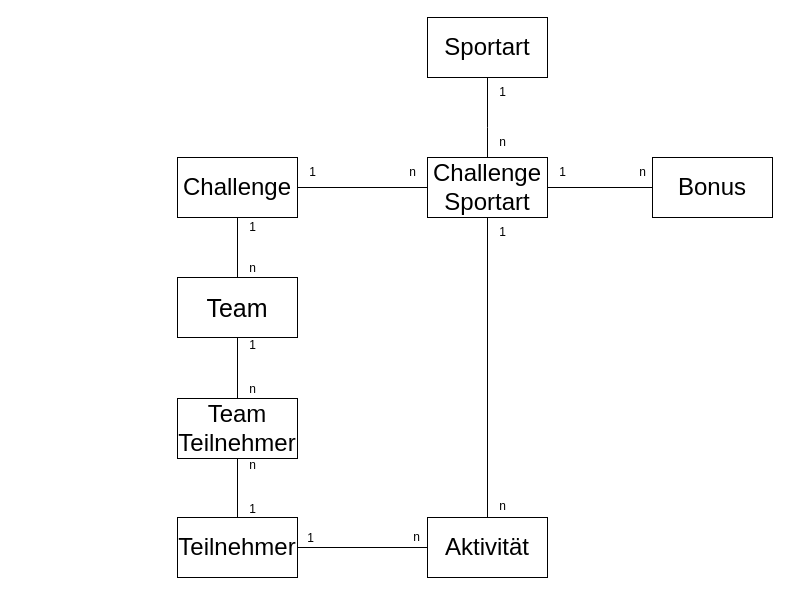
The draw.io diagram Dokumente/Diagramme/ER.drawio in JasonDuffy/Sport-Challenge-Project, before the edit. Source tidied: cells renumbered, new cells numbered last; positions are measured from the earlier drawing's top-left corner, leaving out a move shared by most shapes. Both pictures are drawn from the tidied source at 100%, with x=0, y=0 at pixel (177, 17).
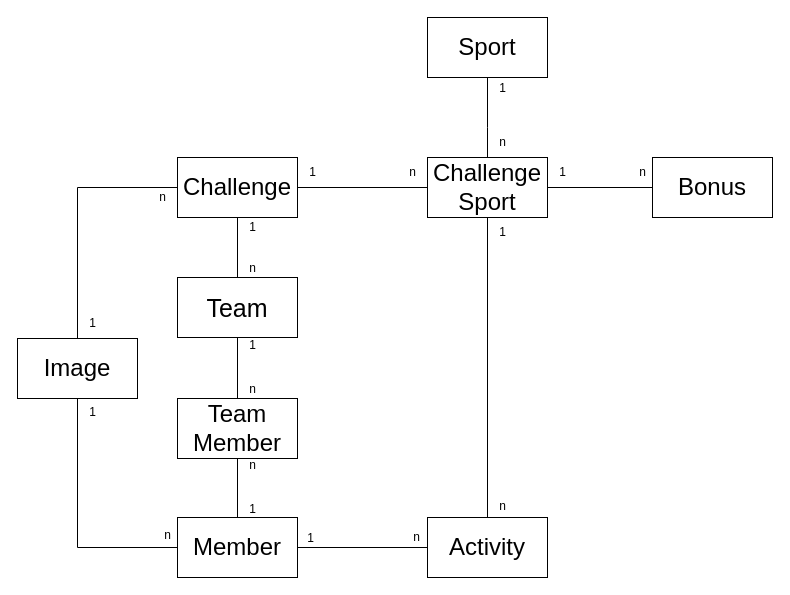
The same page after the edit.

Unchanged cells that the change refers to:
```xml
<mxCell id="21" value="&lt;font style=&quot;font-size: 24px;&quot;&gt;Challenge&lt;/font&gt;" style="whiteSpace=wrap;html=1;" parent="1" vertex="1">
  <mxGeometry y="140" width="120" height="60" as="geometry" />
</mxCell>
```

Change to the diagram source:
```diff
@@
-    <mxCell id="2" value="&lt;font style=&quot;font-size: 24px;&quot;&gt;Sportart&lt;/font&gt;" style="whiteSpace=wrap;html=1;" parent="1" vertex="1">
+    <mxCell id="2" value="&lt;font style=&quot;font-size: 24px;&quot;&gt;Sport&lt;/font&gt;" style="whiteSpace=wrap;html=1;" parent="1" vertex="1">
       <mxGeometry x="250" width="120" height="60" as="geometry" />
     </mxCell>
@@
     <mxCell id="10" value="1" style="text;html=1;align=center;verticalAlign=middle;strokeColor=none;fillColor=none;" parent="1" vertex="1">
-      <mxGeometry x="310" y="60" width="30" height="30" as="geometry" />
+      <mxGeometry x="310" y="56" width="30" height="30" as="geometry" />
     </mxCell>
@@
-    <mxCell id="17" value="&lt;font style=&quot;font-size: 24px;&quot;&gt;Challenge Sportart&lt;/font&gt;" style="whiteSpace=wrap;html=1;" parent="1" vertex="1">
+    <mxCell id="17" value="&lt;font style=&quot;font-size: 24px;&quot;&gt;Challenge Sport&lt;/font&gt;" style="whiteSpace=wrap;html=1;" parent="1" vertex="1">
       <mxGeometry x="250" y="140" width="120" height="60" as="geometry" />
     </mxCell>
@@
-    <mxCell id="22" value="&lt;font style=&quot;font-size: 24px;&quot;&gt;Aktivität&lt;/font&gt;" style="whiteSpace=wrap;html=1;" parent="1" vertex="1">
+    <mxCell id="22" value="&lt;font style=&quot;font-size: 24px;&quot;&gt;Activity&lt;/font&gt;" style="whiteSpace=wrap;html=1;" parent="1" vertex="1">
       <mxGeometry x="250" y="500" width="120" height="60" as="geometry" />
     </mxCell>
@@
-    <mxCell id="25" value="&lt;font style=&quot;font-size: 24px;&quot;&gt;Teilnehmer&lt;/font&gt;" style="whiteSpace=wrap;html=1;" parent="1" vertex="1">
+    <mxCell id="25" value="&lt;font style=&quot;font-size: 24px;&quot;&gt;Member&lt;/font&gt;" style="whiteSpace=wrap;html=1;" parent="1" vertex="1">
       <mxGeometry y="500" width="120" height="60" as="geometry" />
     </mxCell>
@@
-    <mxCell id="31" value="Team Teilnehmer" style="whiteSpace=wrap;html=1;fontSize=24;" parent="1" vertex="1">
+    <mxCell id="31" value="&lt;div&gt;Team&lt;/div&gt;&lt;div&gt;Member&lt;br&gt;&lt;/div&gt;" style="whiteSpace=wrap;html=1;fontSize=24;" parent="1" vertex="1">
       <mxGeometry y="381" width="120" height="60" as="geometry" />
     </mxCell>
@@
+    <mxCell id="34" style="edgeStyle=orthogonalEdgeStyle;rounded=0;jettySize=auto;html=1;entryX=0;entryY=0.5;entryDx=0;entryDy=0;endArrow=none;endFill=0;" parent="1" edge="1" source="36" target="25">
+      <mxGeometry relative="1" as="geometry">
+        <Array as="points">
+          <mxPoint x="-100" y="530" />
+        </Array>
+      </mxGeometry>
+    </mxCell>
+    <mxCell id="35" style="edgeStyle=orthogonalEdgeStyle;rounded=0;jettySize=auto;html=1;entryX=0;entryY=0.5;entryDx=0;entryDy=0;endArrow=none;endFill=0;" parent="1" edge="1" source="36" target="21">
+      <mxGeometry relative="1" as="geometry">
+        <Array as="points">
+          <mxPoint x="-100" y="170" />
+        </Array>
+      </mxGeometry>
+    </mxCell>
+    <mxCell id="36" value="Image" style="whiteSpace=wrap;html=1;fontSize=24;" parent="1" vertex="1">
+      <mxGeometry x="-160" y="321" width="120" height="60" as="geometry" />
+    </mxCell>
+    <mxCell id="37" value="n" style="text;html=1;align=center;verticalAlign=middle;strokeColor=none;fillColor=none;" parent="1" vertex="1">
+      <mxGeometry x="-30" y="165" width="30" height="30" as="geometry" />
+    </mxCell>
+    <mxCell id="38" value="n" style="text;html=1;align=center;verticalAlign=middle;strokeColor=none;fillColor=none;" parent="1" vertex="1">
+      <mxGeometry x="-25" y="503" width="30" height="30" as="geometry" />
+    </mxCell>
+    <mxCell id="39" value="1" style="text;html=1;align=center;verticalAlign=middle;strokeColor=none;fillColor=none;" parent="1" vertex="1">
+      <mxGeometry x="-100" y="291" width="30" height="30" as="geometry" />
+    </mxCell>
+    <mxCell id="40" value="1" style="text;html=1;align=center;verticalAlign=middle;strokeColor=none;fillColor=none;" parent="1" vertex="1">
+      <mxGeometry x="-100" y="380" width="30" height="30" as="geometry" />
+    </mxCell>
```
